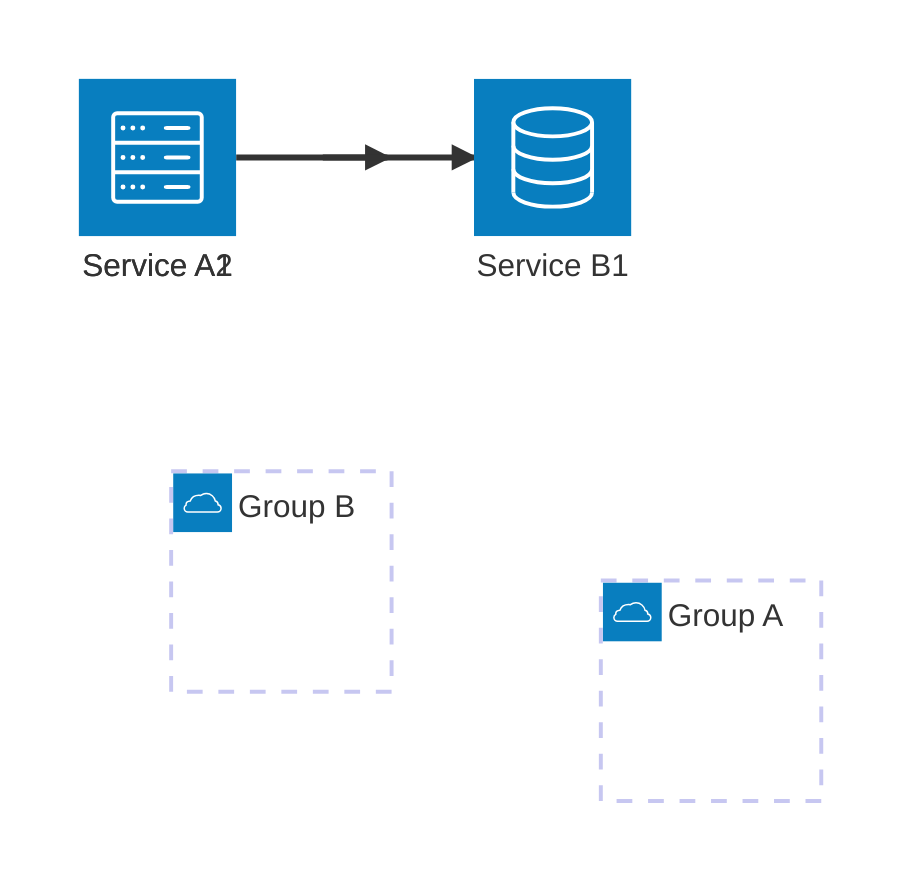
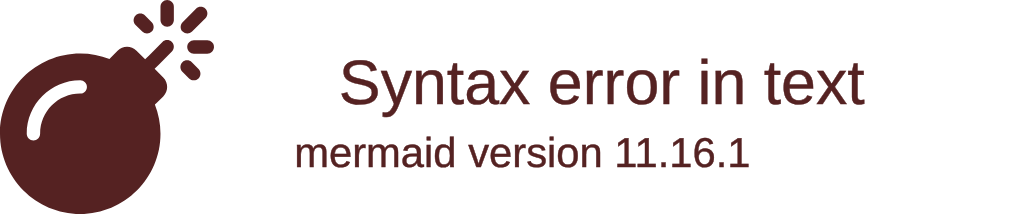
architecture-beta
%% Feature: {group} modifier — edge attaches at enclosing group boundary
group grp_a(cloud)[Group A]
  service svc_a1(server)[Service A1]
  service svc_a2(server)[Service A2]
group grp_b(cloud)[Group B]
  service svc_b1(database)[Service B1]
- svc_a1{group}:R --> L:svc_b1{group}
- svc_a2:R --> L:svc_b1
+ svc_a1{group}:R --> L:svc_b1{group} @straight:EW
+ svc_a2:R --> L:svc_b1 @straight:EW
